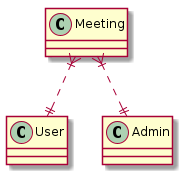
The PlantUML diagram doc/ER.png in YSH1014/meeting, before a commit. Its diagram source:
```plantuml
@startuml

Meeting }|..|| User
Meeting }|..|| Admin

@enduml
```
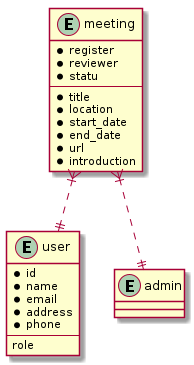
After the change.

Change to the diagram source:
```diff
@@ -1,6 +1,27 @@
 @startuml
-
-Meeting }|..|| User
-Meeting }|..|| Admin
+entity meeting{
+    * register
+    * reviewer
+    * statu
+    --
+    * title
+    * location
+    * start_date
+    * end_date
+    * url
+    * introduction
+}
+entity user {
+    * id
+    * name
+    * email
+    * address
+    * phone
+    --
+    role
+}
+entity admin
+meeting }|..|| user
+meeting }|..|| admin
 
 @enduml
```
